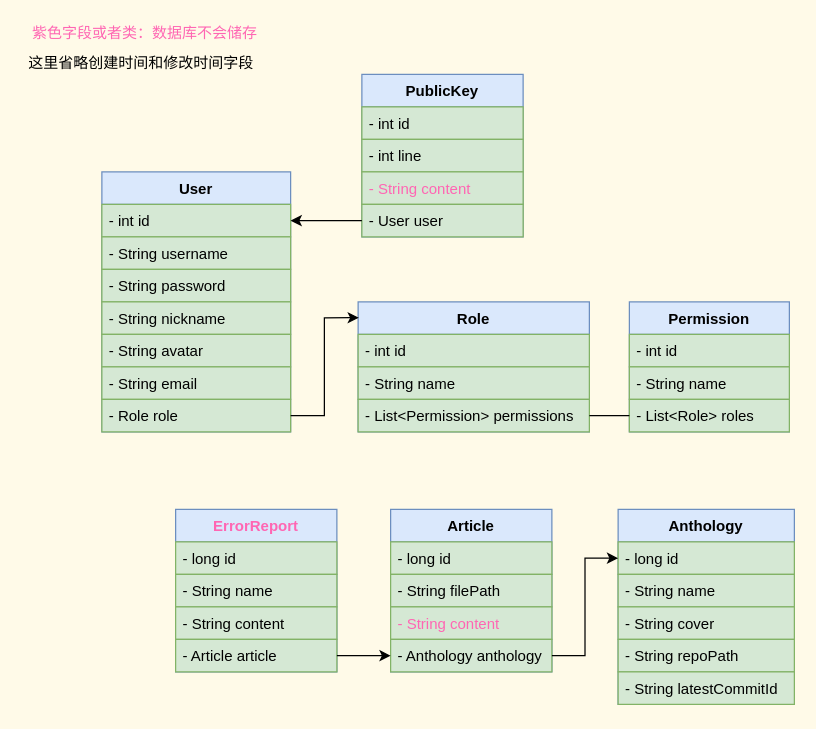
swsk33/git-document keeps this draw.io diagram as page "类图" (1 of 2) of server-springboot/后端类图.dio. Above is the earlier version. Source tidied: cells renumbered, new cells numbered last; positions are measured from the earlier drawing's top-left corner, leaving out a move shared by most shapes. Both pictures are drawn from the tidied source at 125%, with x=0, y=0 at pixel (21, 21).
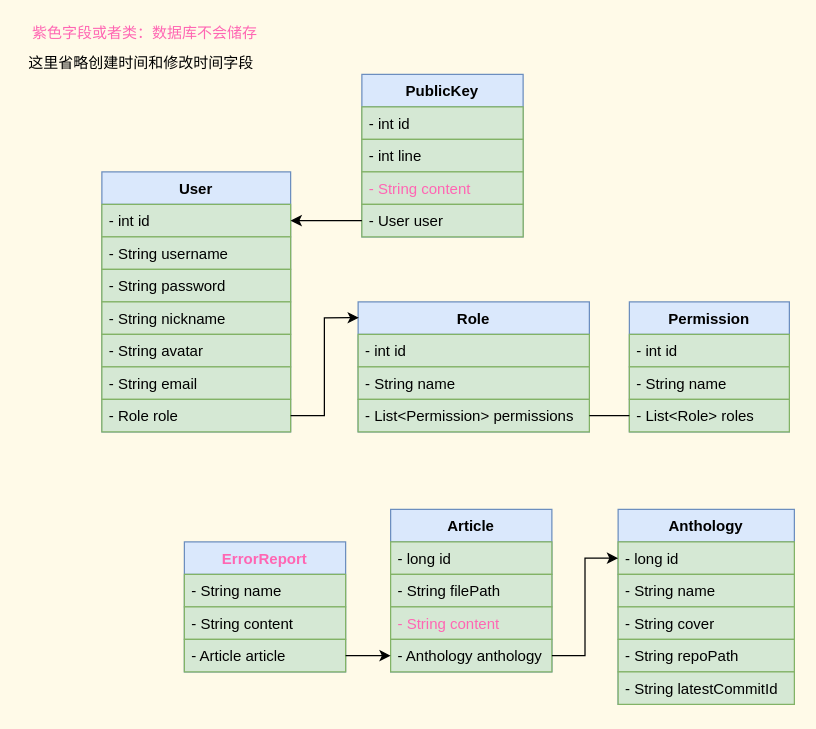
The same diagram, later.

The edit, as a diff of the source:
```diff
@@
     <mxCell id="32" value="ErrorReport" style="swimlane;fontStyle=1;align=center;verticalAlign=top;horizontal=1;startSize=26;fillColor=#dae8fc;strokeColor=#6c8ebf;fontColor=#FF66B3;" parent="1" vertex="1">
-      <mxGeometry x="123" y="390" width="129" height="130" as="geometry" />
+      <mxGeometry x="130" y="416" width="129" height="104" as="geometry" />
     </mxCell>
-    <mxCell id="33" value="- long id" style="text;strokeColor=#82b366;fillColor=#d5e8d4;align=left;verticalAlign=top;spacingLeft=4;spacingRight=4;overflow=hidden;" parent="32" vertex="1">
-      <mxGeometry y="26" width="129" height="26" as="geometry" />
-    </mxCell>
     <mxCell id="34" value="- String name" style="text;strokeColor=#82b366;fillColor=#d5e8d4;align=left;verticalAlign=top;spacingLeft=4;spacingRight=4;overflow=hidden;" parent="32" vertex="1">
-      <mxGeometry y="52" width="129" height="26" as="geometry" />
+      <mxGeometry y="26" width="129" height="26" as="geometry" />
     </mxCell>
     <mxCell id="35" value="- String content" style="text;strokeColor=#82b366;fillColor=#d5e8d4;align=left;verticalAlign=top;spacingLeft=4;spacingRight=4;overflow=hidden;" parent="32" vertex="1">
-      <mxGeometry y="78" width="129" height="26" as="geometry" />
+      <mxGeometry y="52" width="129" height="26" as="geometry" />
     </mxCell>
     <mxCell id="36" value="- Article article" style="text;strokeColor=#82b366;fillColor=#d5e8d4;align=left;verticalAlign=top;spacingLeft=4;spacingRight=4;overflow=hidden;points=[[0,0.5],[1,0.5]];portConstraint=eastwest;" parent="32" vertex="1">
-      <mxGeometry y="104" width="129" height="26" as="geometry" />
+      <mxGeometry y="78" width="129" height="26" as="geometry" />
     </mxCell>
```
